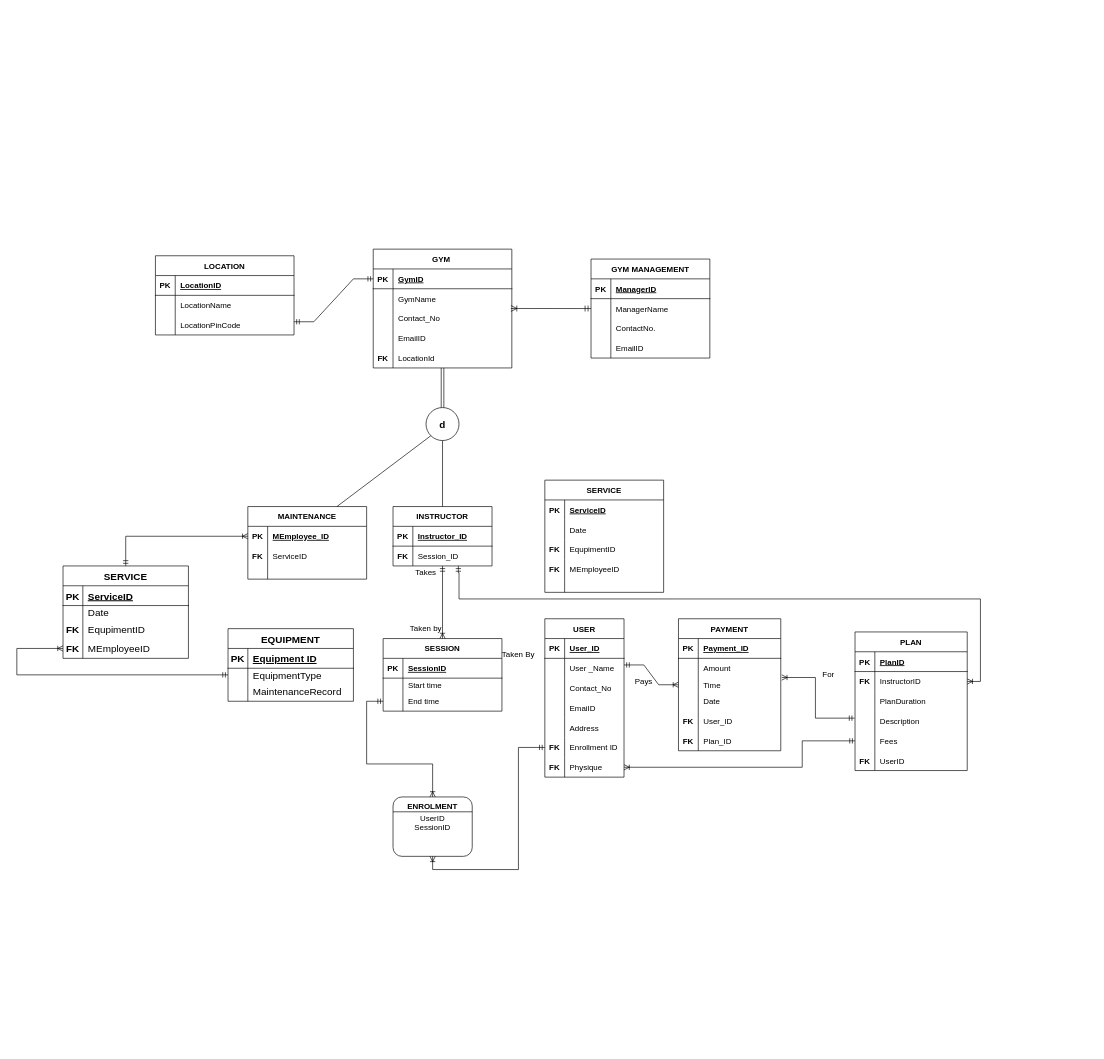
Above: Gym_Management_ERD.drawio in Tharunip/DAMG6210_PROJECT11 (draw.io), before the change. Source tidied: cells renumbered, new cells numbered last; positions are measured from the earlier drawing's top-left corner, leaving out a move shared by most shapes. Both pictures are drawn from the tidied source at 66%, with x=0, y=0 at pixel (16, 249).
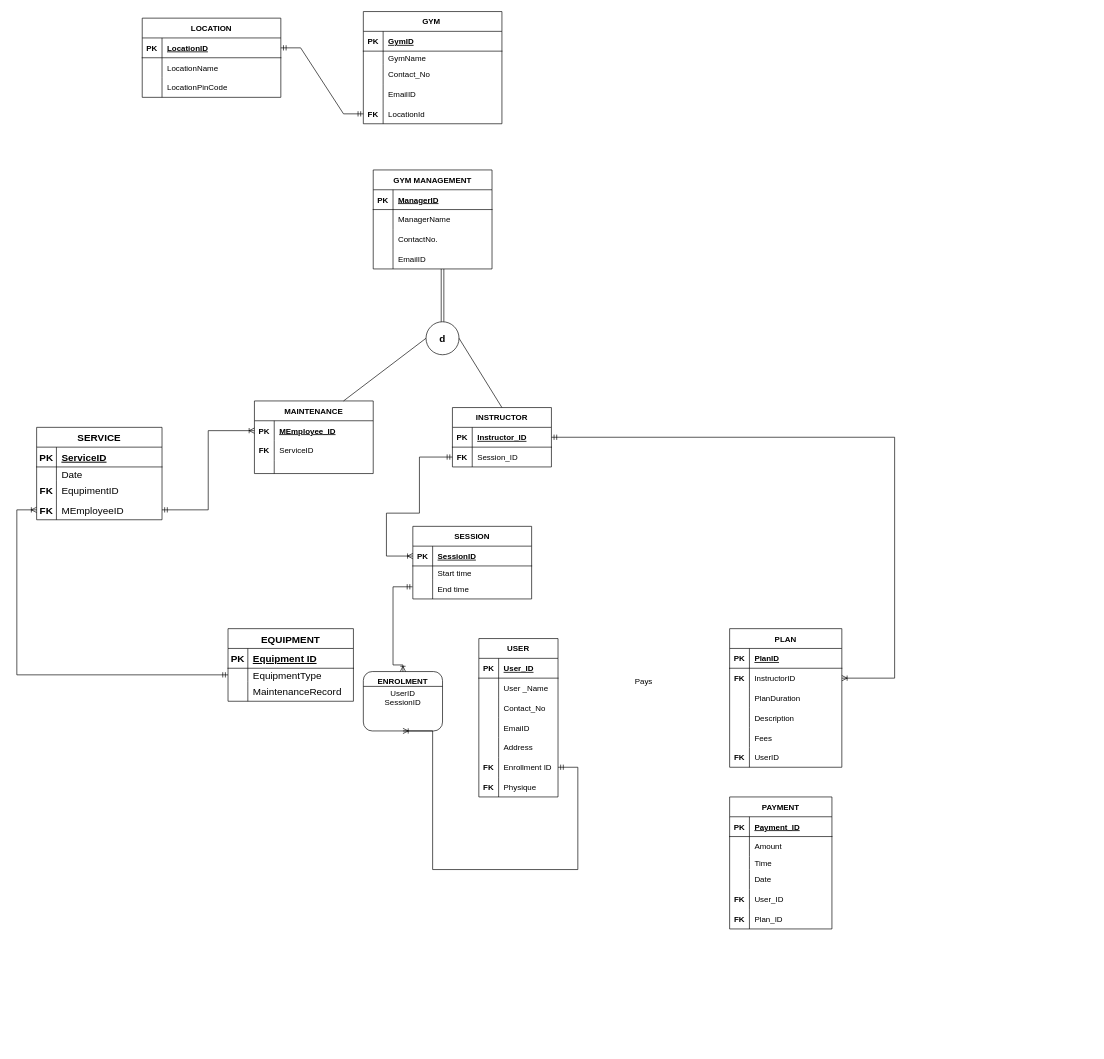
The same diagram, later.

The change refers to these unchanged cells:
```xml
<mxCell id="4" style="shape=tableRow;horizontal=0;startSize=0;swimlaneHead=0;swimlaneBody=0;fillColor=none;points=[[0,0.5],[1,0.5]];portConstraint=eastwest;top=0;left=0;right=0;bottom=1;" parent="3" vertex="1">
  <mxGeometry y="30" width="210" height="30" as="geometry" />
</mxCell>
<mxCell id="20" style="shape=tableRow;horizontal=0;startSize=0;swimlaneHead=0;swimlaneBody=0;fillColor=none;points=[[0,0.5],[1,0.5]];portConstraint=eastwest;top=0;left=0;right=0;bottom=1;" parent="19" vertex="1">
  <mxGeometry y="30" width="150" height="30" as="geometry" />
</mxCell>
<mxCell id="23" style="shape=tableRow;horizontal=0;startSize=0;swimlaneHead=0;swimlaneBody=0;fillColor=none;points=[[0,0.5],[1,0.5]];portConstraint=eastwest;top=0;left=0;right=0;bottom=0;" parent="19" vertex="1">
  <mxGeometry y="60" width="150" height="30" as="geometry" />
</mxCell>
<mxCell id="27" style="shape=tableRow;horizontal=0;startSize=0;swimlaneHead=0;swimlaneBody=0;fillColor=none;points=[[0,0.5],[1,0.5]];portConstraint=eastwest;top=0;left=0;right=0;bottom=1;" parent="26" vertex="1">
  <mxGeometry y="30" width="180" height="30" as="geometry" />
</mxCell>
<mxCell id="33" style="shape=tableRow;horizontal=0;startSize=0;swimlaneHead=0;swimlaneBody=0;fillColor=none;points=[[0,0.5],[1,0.5]];portConstraint=eastwest;top=0;left=0;right=0;bottom=0;" parent="26" vertex="1">
  <mxGeometry y="80" width="180" height="30" as="geometry" />
</mxCell>
<mxCell id="52" style="shape=tableRow;horizontal=0;startSize=0;swimlaneHead=0;swimlaneBody=0;fillColor=none;points=[[0,0.5],[1,0.5]];portConstraint=eastwest;top=0;left=0;right=0;bottom=0;" parent="36" vertex="1">
  <mxGeometry y="180" width="120" height="30" as="geometry" />
</mxCell>
<mxCell id="55" style="shape=tableRow;horizontal=0;startSize=0;swimlaneHead=0;swimlaneBody=0;fillColor=none;points=[[0,0.5],[1,0.5]];portConstraint=eastwest;top=0;left=0;right=0;bottom=0;" parent="36" vertex="1">
  <mxGeometry y="210" width="120" height="30" as="geometry" />
</mxCell>
<mxCell id="65" style="shape=tableRow;horizontal=0;startSize=0;swimlaneHead=0;swimlaneBody=0;fillColor=none;points=[[0,0.5],[1,0.5]];portConstraint=eastwest;top=0;left=0;right=0;bottom=0;" parent="58" vertex="1">
  <mxGeometry y="90" width="155" height="20" as="geometry" />
</mxCell>
<mxCell id="81" style="shape=tableRow;horizontal=0;startSize=0;swimlaneHead=0;swimlaneBody=0;fillColor=none;points=[[0,0.5],[1,0.5]];portConstraint=eastwest;top=0;left=0;right=0;bottom=0;" parent="77" vertex="1">
  <mxGeometry y="60" width="170" height="30" as="geometry" />
</mxCell>
<mxCell id="115" style="shape=tableRow;horizontal=0;startSize=0;swimlaneHead=0;swimlaneBody=0;fillColor=none;points=[[0,0.5],[1,0.5]];portConstraint=eastwest;top=0;left=0;right=0;bottom=0;fontStyle=1;" parent="114" vertex="1">
  <mxGeometry y="30" width="180" height="30" as="geometry" />
</mxCell>
<mxCell id="161" style="shape=tableRow;horizontal=0;startSize=0;swimlaneHead=0;swimlaneBody=0;fillColor=none;points=[[0,0.5],[1,0.5]];portConstraint=eastwest;top=0;left=0;right=0;bottom=1;" parent="160" vertex="1">
  <mxGeometry y="30" width="210" height="30" as="geometry" />
</mxCell>
<mxCell id="198" style="shape=tableRow;horizontal=0;startSize=0;swimlaneHead=0;swimlaneBody=0;fillColor=none;points=[[0,0.5],[1,0.5]];portConstraint=eastwest;top=0;left=0;right=0;bottom=0;fontSize=15;" parent="188" vertex="1">
  <mxGeometry y="110" width="190" height="30" as="geometry" />
</mxCell>
```

Change to the diagram source:
```diff
@@
-    <mxCell id="2" style="fontSize=12;html=1;endArrow=ERoneToMany;startArrow=ERmandOne;rounded=0;exitX=0.5;exitY=0;exitDx=0;exitDy=0;elbow=vertical;entryX=0;entryY=0.5;entryDx=0;entryDy=0;" parent="1" edge="1" source="188" target="115">
+    <mxCell id="2" style="fontSize=12;html=1;endArrow=ERoneToMany;startArrow=ERmandOne;rounded=0;elbow=vertical;entryX=0;entryY=0.5;entryDx=0;entryDy=0;edgeStyle=orthogonalEdgeStyle;exitX=1;exitY=0.5;exitDx=0;exitDy=0;" parent="1" edge="1" source="198" target="115">
       <mxGeometry relative="1" as="geometry">
         <Array as="points">
-          <mxPoint x="165" y="435" />
+          <mxPoint x="290" y="395" />
+          <mxPoint x="290" y="275" />
         </Array>
       </mxGeometry>
     </mxCell>
     <mxCell id="3" value="GYM " style="shape=table;startSize=30;childLayout=tableLayout;rowLines=0;fontStyle=1;align=center;" parent="1" vertex="1">
-      <mxGeometry x="540" width="210" height="180" as="geometry" />
+      <mxGeometry x="525" y="-360" width="210" height="170" as="geometry" />
     </mxCell>
@@
     <mxCell id="7" style="shape=tableRow;horizontal=0;startSize=0;swimlaneHead=0;swimlaneBody=0;fillColor=none;top=0;left=0;right=0;bottom=0;" parent="3" vertex="1">
-      <mxGeometry y="60" width="210" height="30" as="geometry" />
+      <mxGeometry y="60" width="210" height="20" as="geometry" />
     </mxCell>
     <mxCell id="8" style="shape=partialRectangle;fillColor=none;top=0;left=0;bottom=0;right=0;overflow=hidden;" parent="7" vertex="1">
-      <mxGeometry width="30" height="30" as="geometry" />
+      <mxGeometry width="30" height="20" as="geometry" />
     </mxCell>
     <mxCell id="9" value="GymName" style="shape=partialRectangle;fillColor=none;top=0;left=0;bottom=0;right=0;align=left;spacingLeft=6;overflow=hidden;" parent="7" vertex="1">
-      <mxGeometry x="30" width="180" height="30" as="geometry" />
+      <mxGeometry x="30" width="180" height="20" as="geometry" />
     </mxCell>
     <mxCell id="10" style="shape=tableRow;horizontal=0;startSize=0;swimlaneHead=0;swimlaneBody=0;fillColor=none;points=[[0,0.5],[1,0.5]];portConstraint=eastwest;top=0;left=0;right=0;bottom=0;" parent="3" vertex="1">
-      <mxGeometry y="90" width="210" height="30" as="geometry" />
+      <mxGeometry y="80" width="210" height="30" as="geometry" />
     </mxCell>
@@
     <mxCell id="13" style="shape=tableRow;horizontal=0;startSize=0;swimlaneHead=0;swimlaneBody=0;fillColor=none;top=0;left=0;right=0;bottom=0;" parent="3" vertex="1">
-      <mxGeometry y="120" width="210" height="30" as="geometry" />
+      <mxGeometry y="110" width="210" height="30" as="geometry" />
     </mxCell>
@@
     <mxCell id="16" style="shape=tableRow;horizontal=0;startSize=0;swimlaneHead=0;swimlaneBody=0;fillColor=none;points=[[0,0.5],[1,0.5]];portConstraint=eastwest;top=0;left=0;right=0;bottom=0;" parent="3" vertex="1">
-      <mxGeometry y="150" width="210" height="30" as="geometry" />
+      <mxGeometry y="140" width="210" height="30" as="geometry" />
     </mxCell>
@@
     <mxCell id="19" value="INSTRUCTOR" style="shape=table;startSize=30;childLayout=tableLayout;rowLines=0;fontStyle=1;align=center;" parent="1" vertex="1">
-      <mxGeometry x="570" y="390" width="150" height="90" as="geometry" />
+      <mxGeometry x="660" y="240" width="150" height="90" as="geometry" />
     </mxCell>
@@
     <mxCell id="26" value="SESSION" style="shape=table;startSize=30;childLayout=tableLayout;rowLines=0;fontStyle=1;align=center;" parent="1" vertex="1">
-      <mxGeometry x="555" y="590" width="180" height="110" as="geometry" />
+      <mxGeometry x="600" y="420" width="180" height="110" as="geometry" />
     </mxCell>
@@
     <mxCell id="36" value="USER" style="shape=table;startSize=30;childLayout=tableLayout;rowLines=0;fontStyle=1;align=center;" parent="1" vertex="1">
-      <mxGeometry x="800" y="560" width="120" height="240" as="geometry" />
+      <mxGeometry x="700" y="590" width="120" height="240" as="geometry" />
     </mxCell>
@@
     <mxCell id="58" value="PAYMENT" style="shape=table;startSize=30;childLayout=tableLayout;rowLines=0;fontStyle=1;align=center;" parent="1" vertex="1">
-      <mxGeometry x="1002.5" y="560" width="155" height="200" as="geometry" />
+      <mxGeometry x="1080" y="830" width="155" height="200" as="geometry" />
     </mxCell>
@@
     <mxCell id="77" value="PLAN" style="shape=table;startSize=30;childLayout=tableLayout;rowLines=0;fontStyle=1;align=center;" parent="1" vertex="1">
-      <mxGeometry x="1270" y="580" width="170" height="210" as="geometry" />
+      <mxGeometry x="1080" y="575" width="170" height="210" as="geometry" />
     </mxCell>
@@
-    <mxCell id="96" style="edgeStyle=entityRelationEdgeStyle;fontSize=12;html=1;endArrow=ERoneToMany;startArrow=ERmandOne;rounded=0;entryX=0;entryY=0.5;entryDx=0;entryDy=0;" parent="1" edge="1" target="65">
-      <mxGeometry relative="1" as="geometry">
-        <mxPoint x="920" y="630" as="sourcePoint" />
-      </mxGeometry>
-    </mxCell>
     <mxCell id="97" value="GYM MANAGEMENT" style="shape=table;startSize=30;childLayout=tableLayout;rowLines=0;fontStyle=1;align=center;" parent="1" vertex="1">
-      <mxGeometry x="870" y="15" width="180" height="150" as="geometry" />
+      <mxGeometry x="540" y="-120" width="180" height="150" as="geometry" />
     </mxCell>
@@
-    <mxCell id="110" style="edgeStyle=elbowEdgeStyle;fontSize=12;html=1;endArrow=ERoneToMany;startArrow=ERmandOne;rounded=0;exitX=-0.004;exitY=0.352;exitDx=0;exitDy=0;exitPerimeter=0;" parent="1" edge="1">
-      <mxGeometry relative="1" as="geometry">
-        <mxPoint x="1269.3" y="710.6" as="sourcePoint" />
-        <mxPoint x="1159" y="649" as="targetPoint" />
-        <Array as="points">
-          <mxPoint x="1210" y="710" />
-        </Array>
-      </mxGeometry>
-    </mxCell>
@@
     <mxCell id="114" value="MAINTENANCE" style="shape=table;startSize=30;childLayout=tableLayout;rowLines=0;fontStyle=1;align=center;" parent="1" vertex="1">
-      <mxGeometry x="350" y="390" width="180" height="110" as="geometry" />
+      <mxGeometry x="360" y="230" width="180" height="110" as="geometry" />
     </mxCell>
@@
     <mxCell id="124" value="&lt;font style=&quot;font-size: 15px&quot;&gt;&lt;b&gt;d&lt;/b&gt;&lt;/font&gt;" style="ellipse;whiteSpace=wrap;html=1;" parent="1" vertex="1">
-      <mxGeometry x="620" y="240" width="50" height="50" as="geometry" />
+      <mxGeometry x="620" y="110" width="50" height="50" as="geometry" />
     </mxCell>
-    <mxCell id="125" style="endArrow=none;html=1;rounded=0;fontSize=15;exitX=0.75;exitY=0;exitDx=0;exitDy=0;entryX=0;entryY=1;entryDx=0;entryDy=0;" parent="1" edge="1" source="114" target="124">
+    <mxCell id="125" style="endArrow=none;html=1;rounded=0;fontSize=15;exitX=0.75;exitY=0;exitDx=0;exitDy=0;entryX=0;entryY=0.5;entryDx=0;entryDy=0;" parent="1" edge="1" source="114" target="124">
       <mxGeometry relative="1" as="geometry" />
     </mxCell>
-    <mxCell id="126" style="endArrow=none;html=1;rounded=0;fontSize=15;exitX=0.5;exitY=1;exitDx=0;exitDy=0;entryX=0.5;entryY=0;entryDx=0;entryDy=0;" parent="1" edge="1" source="124" target="19">
+    <mxCell id="126" style="endArrow=none;html=1;rounded=0;fontSize=15;exitX=1;exitY=0.5;exitDx=0;exitDy=0;entryX=0.5;entryY=0;entryDx=0;entryDy=0;" parent="1" edge="1" source="124" target="19">
       <mxGeometry relative="1" as="geometry" />
     </mxCell>
-    <mxCell id="127" style="fontSize=12;html=1;endArrow=ERoneToMany;startArrow=ERmandOne;rounded=0;entryX=0.993;entryY=-0.004;entryDx=0;entryDy=0;endSize=7;startSize=7;entryPerimeter=0;" parent="1" edge="1" target="10">
-      <mxGeometry relative="1" as="geometry">
-        <mxPoint x="870" y="90" as="sourcePoint" />
-      </mxGeometry>
-    </mxCell>
     <mxCell id="128" style="endArrow=none;html=1;rounded=0;fontSize=15;entryX=0.5;entryY=0;entryDx=0;entryDy=0;shape=link;" parent="1" edge="1" target="124">
       <mxGeometry relative="1" as="geometry">
-        <mxPoint x="645" y="180" as="sourcePoint" />
+        <mxPoint x="645" y="30" as="sourcePoint" />
       </mxGeometry>
     </mxCell>
-    <mxCell id="129" style="fontSize=12;html=1;endArrow=ERoneToMany;startArrow=ERmandOne;rounded=0;entryX=0.5;entryY=0;entryDx=0;entryDy=0;" parent="1" edge="1" target="26">
+    <mxCell id="129" style="fontSize=12;html=1;endArrow=ERoneToMany;startArrow=ERmandOne;rounded=0;entryX=0;entryY=0.5;entryDx=0;entryDy=0;exitX=0;exitY=0.5;exitDx=0;exitDy=0;edgeStyle=orthogonalEdgeStyle;" parent="1" edge="1" source="23" target="27">
       <mxGeometry relative="1" as="geometry">
-        <mxPoint x="645" y="480" as="sourcePoint" />
+        <Array as="points">
+          <mxPoint x="610" y="315" />
+          <mxPoint x="610" y="400" />
+          <mxPoint x="560" y="400" />
+          <mxPoint x="560" y="465" />
+        </Array>
       </mxGeometry>
     </mxCell>
@@
-    <mxCell id="149" value="Takes" style="text;html=1;strokeColor=none;fillColor=none;align=center;verticalAlign=middle;whiteSpace=wrap;rounded=0;" parent="1" vertex="1">
-      <mxGeometry x="590" y="475" width="60" height="30" as="geometry" />
-    </mxCell>
-    <mxCell id="150" value="Taken By" style="text;html=1;strokeColor=none;fillColor=none;align=center;verticalAlign=middle;whiteSpace=wrap;rounded=0;" parent="1" vertex="1">
-      <mxGeometry x="730" y="600" width="60" height="30" as="geometry" />
-    </mxCell>
@@
-    <mxCell id="152" value="For" style="text;html=1;strokeColor=none;fillColor=none;align=center;verticalAlign=middle;whiteSpace=wrap;rounded=0;" parent="1" vertex="1">
-      <mxGeometry x="1200" y="630" width="60" height="30" as="geometry" />
-    </mxCell>
     <mxCell id="153" value="&lt;table&gt;&lt;tbody&gt;&lt;tr&gt;&lt;td&gt;&lt;b&gt;ENROLMENT&lt;/b&gt;&lt;br&gt;&lt;/td&gt;&lt;/tr&gt;&lt;tr&gt;&lt;td&gt;UserID&lt;br&gt;SessionID&lt;br&gt;&lt;br&gt;&lt;br&gt;&lt;/td&gt;&lt;/tr&gt;&lt;/tbody&gt;&lt;/table&gt;" style="rounded=1;whiteSpace=wrap;html=1;" parent="1" vertex="1">
-      <mxGeometry x="570" y="830" width="120" height="90" as="geometry" />
+      <mxGeometry x="525" y="640" width="120" height="90" as="geometry" />
     </mxCell>
-    <mxCell id="154" value="Taken by" style="text;html=1;strokeColor=none;fillColor=none;align=center;verticalAlign=middle;whiteSpace=wrap;rounded=0;" parent="1" vertex="1">
-      <mxGeometry x="590" y="560" width="60" height="30" as="geometry" />
-    </mxCell>
@@
-    <mxCell id="157" style="edgeStyle=orthogonalEdgeStyle;fontSize=12;html=1;endArrow=ERoneToMany;startArrow=ERmandOne;rounded=0;entryX=1;entryY=0.5;entryDx=0;entryDy=0;exitX=0.66;exitY=1;exitDx=0;exitDy=0;exitPerimeter=0;" parent="1" edge="1" source="23" target="81">
+    <mxCell id="157" style="edgeStyle=orthogonalEdgeStyle;fontSize=12;html=1;endArrow=ERoneToMany;startArrow=ERmandOne;rounded=0;entryX=1;entryY=0.5;entryDx=0;entryDy=0;exitX=1;exitY=0.5;exitDx=0;exitDy=0;" parent="1" edge="1" source="20" target="81">
       <mxGeometry relative="1" as="geometry">
         <Array as="points">
-          <mxPoint x="669" y="490" />
-          <mxPoint x="670" y="490" />
-          <mxPoint x="670" y="530" />
-          <mxPoint x="1460" y="530" />
-          <mxPoint x="1460" y="655" />
+          <mxPoint x="1330" y="285" />
+          <mxPoint x="1330" y="650" />
         </Array>
       </mxGeometry>
     </mxCell>
-    <mxCell id="158" style="edgeStyle=orthogonalEdgeStyle;fontSize=12;html=1;endArrow=ERoneToMany;startArrow=ERmandOne;rounded=0;entryX=0.5;entryY=0;entryDx=0;entryDy=0;exitX=0;exitY=0.5;exitDx=0;exitDy=0;" parent="1" edge="1" source="33" target="153">
+    <mxCell id="158" style="edgeStyle=orthogonalEdgeStyle;fontSize=12;html=1;endArrow=ERoneToMany;startArrow=ERmandOne;rounded=0;entryX=0.5;entryY=0;entryDx=0;entryDy=0;exitX=-0.003;exitY=0.386;exitDx=0;exitDy=0;exitPerimeter=0;" parent="1" edge="1" source="33" target="153">
       <mxGeometry relative="1" as="geometry">
         <Array as="points">
-          <mxPoint x="530" y="685" />
-          <mxPoint x="530" y="780" />
-          <mxPoint x="630" y="780" />
+          <mxPoint x="570" y="512" />
+          <mxPoint x="570" y="630" />
+          <mxPoint x="585" y="630" />
         </Array>
       </mxGeometry>
     </mxCell>
-    <mxCell id="159" style="edgeStyle=orthogonalEdgeStyle;fontSize=12;html=1;endArrow=ERoneToMany;startArrow=ERmandOne;rounded=0;exitX=0;exitY=0.5;exitDx=0;exitDy=0;entryX=0.5;entryY=1;entryDx=0;entryDy=0;" parent="1" edge="1" source="52" target="153">
+    <mxCell id="159" style="edgeStyle=orthogonalEdgeStyle;fontSize=12;html=1;endArrow=ERoneToMany;startArrow=ERmandOne;rounded=0;exitX=1;exitY=0.5;exitDx=0;exitDy=0;entryX=0.5;entryY=1;entryDx=0;entryDy=0;" parent="1" edge="1" source="52" target="153">
       <mxGeometry relative="1" as="geometry">
         <Array as="points">
-          <mxPoint x="760" y="755" />
-          <mxPoint x="760" y="940" />
+          <mxPoint x="850" y="785" />
+          <mxPoint x="850" y="940" />
           <mxPoint x="630" y="940" />
         </Array>
       </mxGeometry>
     </mxCell>
     <mxCell id="160" value="LOCATION" style="shape=table;startSize=30;childLayout=tableLayout;rowLines=0;fontStyle=1;align=center;" parent="1" vertex="1">
-      <mxGeometry x="210" y="10" width="210" height="120" as="geometry" />
+      <mxGeometry x="190" y="-350" width="210" height="120" as="geometry" />
     </mxCell>
@@
-    <mxCell id="170" style="edgeStyle=entityRelationEdgeStyle;fontSize=12;html=1;endArrow=ERmandOne;startArrow=ERmandOne;rounded=0;entryX=0;entryY=0.5;entryDx=0;entryDy=0;" parent="1" edge="1" target="4">
-      <mxGeometry relative="1" as="geometry">
-        <mxPoint x="420" y="110" as="sourcePoint" />
-      </mxGeometry>
+    <mxCell id="170" style="edgeStyle=entityRelationEdgeStyle;fontSize=12;html=1;endArrow=ERmandOne;startArrow=ERmandOne;rounded=0;entryX=0;entryY=0.5;entryDx=0;entryDy=0;exitX=1;exitY=0.5;exitDx=0;exitDy=0;" parent="1" edge="1" source="161" target="16">
+      <mxGeometry relative="1" as="geometry" />
     </mxCell>
-    <mxCell id="171" style="edgeStyle=elbowEdgeStyle;fontSize=12;html=1;endArrow=ERoneToMany;startArrow=ERmandOne;rounded=0;entryX=1;entryY=0.5;entryDx=0;entryDy=0;" parent="1" edge="1" target="55">
-      <mxGeometry relative="1" as="geometry">
-        <mxPoint x="1270" y="745" as="sourcePoint" />
-        <Array as="points">
-          <mxPoint x="1190" y="760" />
-        </Array>
-      </mxGeometry>
-    </mxCell>
-    <mxCell id="172" value="SERVICE" style="shape=table;startSize=30;childLayout=tableLayout;rowLines=0;fontStyle=1;align=center;" parent="1" vertex="1">
-      <mxGeometry x="800" y="350" width="180" height="170" as="geometry" />
-    </mxCell>
-    <mxCell id="173" style="shape=tableRow;horizontal=0;startSize=0;swimlaneHead=0;swimlaneBody=0;fillColor=none;top=0;left=0;right=0;bottom=0;fontStyle=1;" parent="172" vertex="1">
-      <mxGeometry y="30" width="180" height="30" as="geometry" />
-    </mxCell>
-    <mxCell id="174" value="PK" style="shape=partialRectangle;fillColor=none;top=0;left=0;bottom=0;right=0;overflow=hidden;fontStyle=1;" parent="173" vertex="1">
-      <mxGeometry width="30" height="30" as="geometry" />
-    </mxCell>
-    <mxCell id="175" value="ServiceID" style="shape=partialRectangle;fillColor=none;top=0;left=0;bottom=0;right=0;align=left;spacingLeft=6;overflow=hidden;fontStyle=5;" parent="173" vertex="1">
-      <mxGeometry x="30" width="150" height="30" as="geometry" />
-    </mxCell>
-    <mxCell id="176" style="shape=tableRow;horizontal=0;startSize=0;swimlaneHead=0;swimlaneBody=0;fillColor=none;top=0;left=0;right=0;bottom=0;" parent="172" vertex="1">
-      <mxGeometry y="60" width="180" height="30" as="geometry" />
-    </mxCell>
-    <mxCell id="177" style="shape=partialRectangle;fillColor=none;top=0;left=0;bottom=0;right=0;overflow=hidden;fontStyle=1;" parent="176" vertex="1">
-      <mxGeometry width="30" height="30" as="geometry" />
-    </mxCell>
-    <mxCell id="178" value="Date" style="shape=partialRectangle;fillColor=none;top=0;left=0;bottom=0;right=0;align=left;spacingLeft=6;overflow=hidden;" parent="176" vertex="1">
-      <mxGeometry x="30" width="150" height="30" as="geometry" />
-    </mxCell>
-    <mxCell id="179" style="shape=tableRow;horizontal=0;startSize=0;swimlaneHead=0;swimlaneBody=0;fillColor=none;top=0;left=0;right=0;bottom=0;" parent="172" vertex="1">
-      <mxGeometry y="90" width="180" height="30" as="geometry" />
-    </mxCell>
-    <mxCell id="180" value="FK" style="shape=partialRectangle;fillColor=none;top=0;left=0;bottom=0;right=0;overflow=hidden;fontStyle=1;" parent="179" vertex="1">
-      <mxGeometry width="30" height="30" as="geometry" />
-    </mxCell>
-    <mxCell id="181" value="EqupimentID" style="shape=partialRectangle;fillColor=none;top=0;left=0;bottom=0;right=0;align=left;spacingLeft=6;overflow=hidden;" parent="179" vertex="1">
-      <mxGeometry x="30" width="150" height="30" as="geometry" />
-    </mxCell>
-    <mxCell id="182" style="shape=tableRow;horizontal=0;startSize=0;swimlaneHead=0;swimlaneBody=0;fillColor=none;top=0;left=0;right=0;bottom=0;" parent="172" vertex="1">
-      <mxGeometry y="120" width="180" height="30" as="geometry" />
-    </mxCell>
-    <mxCell id="183" value="FK" style="shape=partialRectangle;fillColor=none;top=0;left=0;bottom=0;right=0;overflow=hidden;fontStyle=1;" parent="182" vertex="1">
-      <mxGeometry width="30" height="30" as="geometry" />
-    </mxCell>
-    <mxCell id="184" value="MEmployeeID" style="shape=partialRectangle;fillColor=none;top=0;left=0;bottom=0;right=0;align=left;spacingLeft=6;overflow=hidden;" parent="182" vertex="1">
-      <mxGeometry x="30" width="150" height="30" as="geometry" />
-    </mxCell>
-    <mxCell id="185" style="shape=tableRow;horizontal=0;startSize=0;swimlaneHead=0;swimlaneBody=0;fillColor=none;top=0;left=0;right=0;bottom=0;" parent="172" vertex="1">
-      <mxGeometry y="150" width="180" height="20" as="geometry" />
-    </mxCell>
-    <mxCell id="186" style="shape=partialRectangle;fillColor=none;top=0;left=0;bottom=0;right=0;overflow=hidden;" parent="185" vertex="1">
-      <mxGeometry width="30" height="20" as="geometry" />
-    </mxCell>
-    <mxCell id="187" style="shape=partialRectangle;fillColor=none;top=0;left=0;bottom=0;right=0;align=left;spacingLeft=6;overflow=hidden;" parent="185" vertex="1">
-      <mxGeometry x="30" width="150" height="20" as="geometry" />
-    </mxCell>
     <mxCell id="188" value="SERVICE" style="shape=table;startSize=30;childLayout=tableLayout;rowLines=0;fontStyle=1;align=center;fontSize=15;" parent="1" vertex="1">
-      <mxGeometry x="70" y="480" width="190" height="140" as="geometry" />
+      <mxGeometry x="30" y="270" width="190" height="140" as="geometry" />
     </mxCell>
```
